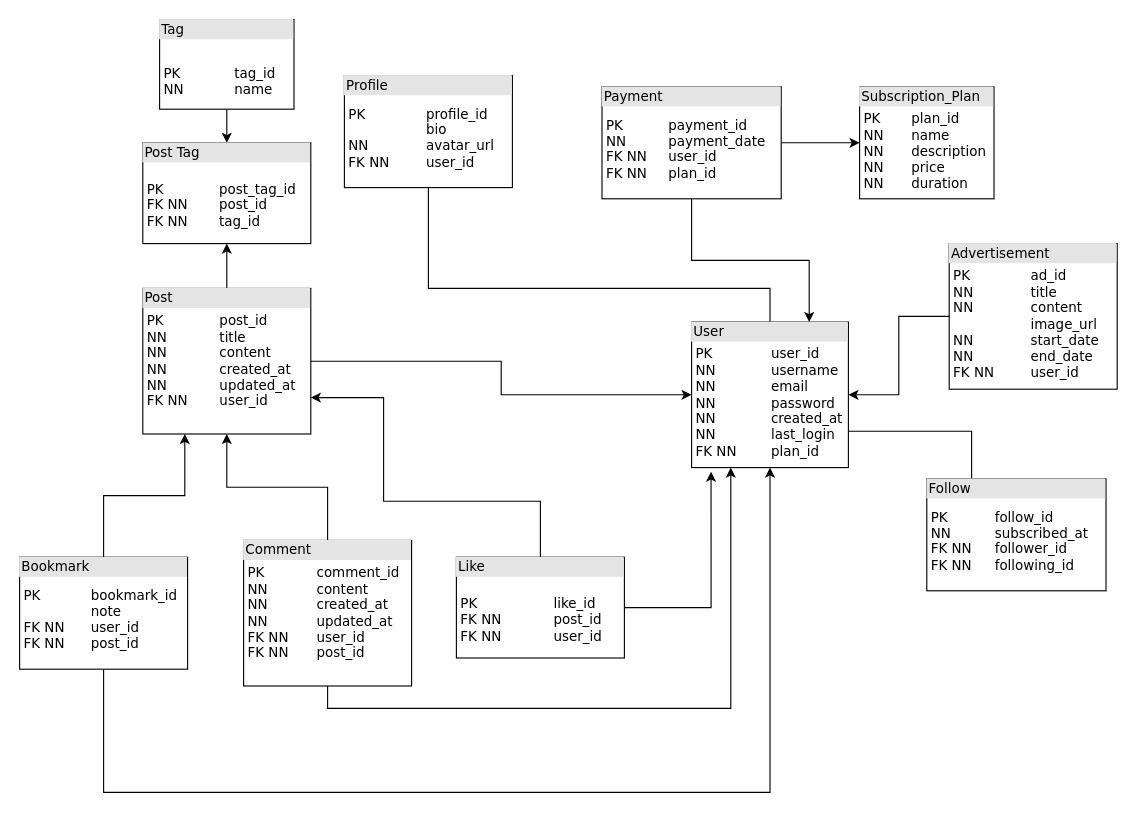
Above: db.drawio in cutehedgehog/DB_labs (draw.io), before the change. Source tidied: cells renumbered, new cells numbered last; positions are measured from the earlier drawing's top-left corner, leaving out a move shared by most shapes. Both pictures are drawn from the tidied source at 112%, with x=0, y=0 at pixel (19, 19).
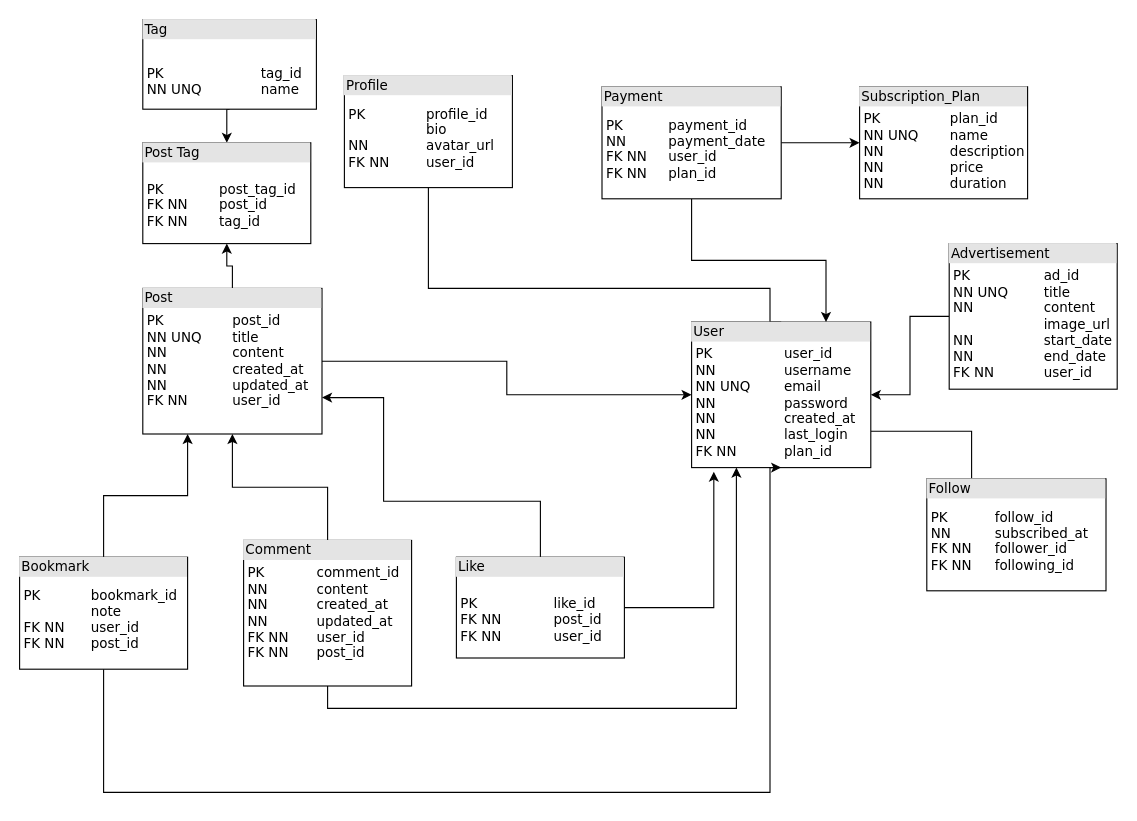
The same diagram, later.

The edit, as a diff of the source:
```diff
@@
-    <mxCell id="4" value="&lt;div style=&quot;box-sizing:border-box;width:100%;background:#e4e4e4;padding:2px;&quot;&gt;User&lt;/div&gt;&lt;table style=&quot;width:100%;font-size:1em;&quot; cellpadding=&quot;2&quot; cellspacing=&quot;0&quot;&gt;&lt;tbody&gt;&lt;tr&gt;&lt;td&gt;&lt;table style=&quot;border-color: var(--border-color); font-size: 1em; width: 180px;&quot; cellpadding=&quot;2&quot; cellspacing=&quot;0&quot;&gt;&lt;tbody style=&quot;border-color: var(--border-color);&quot;&gt;&lt;tr style=&quot;border-color: var(--border-color);&quot;&gt;&lt;td style=&quot;border-color: var(--border-color);&quot;&gt;PK&lt;br&gt;NN&lt;br&gt;NN&lt;br style=&quot;border-color: var(--border-color);&quot;&gt;NN&lt;br style=&quot;border-color: var(--border-color);&quot;&gt;NN&lt;br style=&quot;border-color: var(--border-color);&quot;&gt;NN&lt;br style=&quot;border-color: var(--border-color);&quot;&gt;FK NN&lt;/td&gt;&lt;td style=&quot;border-color: var(--border-color);&quot;&gt;user_id&lt;br&gt;username&lt;br&gt;email&lt;br style=&quot;border-color: var(--border-color);&quot;&gt;password&lt;br style=&quot;border-color: var(--border-color);&quot;&gt;created_at&lt;br style=&quot;border-color: var(--border-color);&quot;&gt;last_login&lt;br style=&quot;border-color: var(--border-color);&quot;&gt;plan_id&lt;/td&gt;&lt;/tr&gt;&lt;/tbody&gt;&lt;/table&gt;&lt;/td&gt;&lt;td&gt;&lt;br&gt;&lt;br&gt;&lt;br&gt;&lt;br&gt;&lt;br&gt;&lt;/td&gt;&lt;/tr&gt;&lt;tr&gt;&lt;td&gt;&lt;/td&gt;&lt;td&gt;&lt;br&gt;&lt;/td&gt;&lt;/tr&gt;&lt;tr&gt;&lt;td&gt;&lt;br&gt;&lt;/td&gt;&lt;td&gt;&lt;br&gt;&lt;/td&gt;&lt;/tr&gt;&lt;/tbody&gt;&lt;/table&gt;" style="verticalAlign=top;align=left;overflow=fill;html=1;rounded=0;shadow=0;comic=0;labelBackgroundColor=none;strokeWidth=1;fontFamily=Verdana;fontSize=12;" parent="1" vertex="1">
-      <mxGeometry x="600" y="270" width="140" height="130" as="geometry" />
+    <mxCell id="4" value="&lt;div style=&quot;box-sizing:border-box;width:100%;background:#e4e4e4;padding:2px;&quot;&gt;User&lt;/div&gt;&lt;table style=&quot;width:100%;font-size:1em;&quot; cellpadding=&quot;2&quot; cellspacing=&quot;0&quot;&gt;&lt;tbody&gt;&lt;tr&gt;&lt;td&gt;&lt;table style=&quot;border-color: var(--border-color); font-size: 1em; width: 180px;&quot; cellpadding=&quot;2&quot; cellspacing=&quot;0&quot;&gt;&lt;tbody style=&quot;border-color: var(--border-color);&quot;&gt;&lt;tr style=&quot;border-color: var(--border-color);&quot;&gt;&lt;td style=&quot;border-color: var(--border-color);&quot;&gt;PK&lt;br&gt;NN&lt;br&gt;NN UNQ&lt;br style=&quot;border-color: var(--border-color);&quot;&gt;NN&lt;br style=&quot;border-color: var(--border-color);&quot;&gt;NN&lt;br style=&quot;border-color: var(--border-color);&quot;&gt;NN&lt;br style=&quot;border-color: var(--border-color);&quot;&gt;FK NN&lt;/td&gt;&lt;td style=&quot;border-color: var(--border-color);&quot;&gt;user_id&lt;br&gt;username&lt;br&gt;email&lt;br style=&quot;border-color: var(--border-color);&quot;&gt;password&lt;br style=&quot;border-color: var(--border-color);&quot;&gt;created_at&lt;br style=&quot;border-color: var(--border-color);&quot;&gt;last_login&lt;br style=&quot;border-color: var(--border-color);&quot;&gt;plan_id&lt;/td&gt;&lt;/tr&gt;&lt;/tbody&gt;&lt;/table&gt;&lt;/td&gt;&lt;td&gt;&lt;br&gt;&lt;br&gt;&lt;br&gt;&lt;br&gt;&lt;br&gt;&lt;/td&gt;&lt;/tr&gt;&lt;tr&gt;&lt;td&gt;&lt;/td&gt;&lt;td&gt;&lt;br&gt;&lt;/td&gt;&lt;/tr&gt;&lt;tr&gt;&lt;td&gt;&lt;br&gt;&lt;/td&gt;&lt;td&gt;&lt;br&gt;&lt;/td&gt;&lt;/tr&gt;&lt;/tbody&gt;&lt;/table&gt;" style="verticalAlign=top;align=left;overflow=fill;html=1;rounded=0;shadow=0;comic=0;labelBackgroundColor=none;strokeWidth=1;fontFamily=Verdana;fontSize=12;" parent="1" vertex="1">
+      <mxGeometry x="600" y="270" width="160" height="130" as="geometry" />
     </mxCell>
@@
-    <mxCell id="7" value="&lt;div style=&quot;box-sizing:border-box;width:100%;background:#e4e4e4;padding:2px;&quot;&gt;Post&lt;/div&gt;&lt;table style=&quot;width:100%;font-size:1em;&quot; cellpadding=&quot;2&quot; cellspacing=&quot;0&quot;&gt;&lt;tbody&gt;&lt;tr&gt;&lt;td&gt;&lt;table style=&quot;border-color: var(--border-color); font-size: 1em; width: 180px;&quot; cellpadding=&quot;2&quot; cellspacing=&quot;0&quot;&gt;&lt;tbody style=&quot;border-color: var(--border-color);&quot;&gt;&lt;tr style=&quot;border-color: var(--border-color);&quot;&gt;&lt;td style=&quot;border-color: var(--border-color);&quot;&gt;PK&lt;br&gt;NN&lt;br&gt;NN&lt;br style=&quot;border-color: var(--border-color);&quot;&gt;NN&lt;br style=&quot;border-color: var(--border-color);&quot;&gt;NN&lt;br style=&quot;border-color: var(--border-color);&quot;&gt;FK NN&lt;br&gt;&lt;/td&gt;&lt;td style=&quot;border-color: var(--border-color);&quot;&gt;post_id&lt;br&gt;title&lt;br&gt;content&lt;br style=&quot;border-color: var(--border-color);&quot;&gt;created_at&lt;br style=&quot;border-color: var(--border-color);&quot;&gt;updated_at&lt;br style=&quot;border-color: var(--border-color);&quot;&gt;user_id&lt;br&gt;&lt;/td&gt;&lt;/tr&gt;&lt;/tbody&gt;&lt;/table&gt;&lt;/td&gt;&lt;td&gt;&lt;br&gt;&lt;br&gt;&lt;br&gt;&lt;br&gt;&lt;br&gt;&lt;/td&gt;&lt;/tr&gt;&lt;tr&gt;&lt;td&gt;&lt;/td&gt;&lt;td&gt;&lt;br&gt;&lt;/td&gt;&lt;/tr&gt;&lt;tr&gt;&lt;td&gt;&lt;br&gt;&lt;/td&gt;&lt;td&gt;&lt;br&gt;&lt;/td&gt;&lt;/tr&gt;&lt;/tbody&gt;&lt;/table&gt;" style="verticalAlign=top;align=left;overflow=fill;html=1;rounded=0;shadow=0;comic=0;labelBackgroundColor=none;strokeWidth=1;fontFamily=Verdana;fontSize=12;" parent="1" vertex="1">
-      <mxGeometry x="110" y="240" width="150" height="130" as="geometry" />
+    <mxCell id="7" value="&lt;div style=&quot;box-sizing:border-box;width:100%;background:#e4e4e4;padding:2px;&quot;&gt;Post&lt;/div&gt;&lt;table style=&quot;width:100%;font-size:1em;&quot; cellpadding=&quot;2&quot; cellspacing=&quot;0&quot;&gt;&lt;tbody&gt;&lt;tr&gt;&lt;td&gt;&lt;table style=&quot;border-color: var(--border-color); font-size: 1em; width: 180px;&quot; cellpadding=&quot;2&quot; cellspacing=&quot;0&quot;&gt;&lt;tbody style=&quot;border-color: var(--border-color);&quot;&gt;&lt;tr style=&quot;border-color: var(--border-color);&quot;&gt;&lt;td style=&quot;border-color: var(--border-color);&quot;&gt;PK&lt;br&gt;NN UNQ&lt;br&gt;NN&lt;br style=&quot;border-color: var(--border-color);&quot;&gt;NN&lt;br style=&quot;border-color: var(--border-color);&quot;&gt;NN&lt;br style=&quot;border-color: var(--border-color);&quot;&gt;FK NN&lt;br&gt;&lt;/td&gt;&lt;td style=&quot;border-color: var(--border-color);&quot;&gt;post_id&lt;br&gt;title&lt;br&gt;content&lt;br style=&quot;border-color: var(--border-color);&quot;&gt;created_at&lt;br style=&quot;border-color: var(--border-color);&quot;&gt;updated_at&lt;br style=&quot;border-color: var(--border-color);&quot;&gt;user_id&lt;br&gt;&lt;/td&gt;&lt;/tr&gt;&lt;/tbody&gt;&lt;/table&gt;&lt;/td&gt;&lt;td&gt;&lt;br&gt;&lt;br&gt;&lt;br&gt;&lt;br&gt;&lt;br&gt;&lt;/td&gt;&lt;/tr&gt;&lt;tr&gt;&lt;td&gt;&lt;/td&gt;&lt;td&gt;&lt;br&gt;&lt;/td&gt;&lt;/tr&gt;&lt;tr&gt;&lt;td&gt;&lt;br&gt;&lt;/td&gt;&lt;td&gt;&lt;br&gt;&lt;/td&gt;&lt;/tr&gt;&lt;/tbody&gt;&lt;/table&gt;" style="verticalAlign=top;align=left;overflow=fill;html=1;rounded=0;shadow=0;comic=0;labelBackgroundColor=none;strokeWidth=1;fontFamily=Verdana;fontSize=12;" parent="1" vertex="1">
+      <mxGeometry x="110" y="240" width="160" height="130" as="geometry" />
     </mxCell>
@@
-    <mxCell id="13" value="&lt;div style=&quot;box-sizing:border-box;width:100%;background:#e4e4e4;padding:2px;&quot;&gt;Tag&lt;/div&gt;&lt;table style=&quot;width:100%;font-size:1em;&quot; cellpadding=&quot;2&quot; cellspacing=&quot;0&quot;&gt;&lt;tbody&gt;&lt;tr&gt;&lt;td&gt;&lt;table style=&quot;border-color: var(--border-color); font-size: 1em; width: 180px;&quot; cellpadding=&quot;2&quot; cellspacing=&quot;0&quot;&gt;&lt;tbody style=&quot;border-color: var(--border-color);&quot;&gt;&lt;tr style=&quot;border-color: var(--border-color);&quot;&gt;&lt;td style=&quot;border-color: var(--border-color);&quot;&gt;PK&lt;br&gt;NN&lt;br&gt;&lt;/td&gt;&lt;td style=&quot;border-color: var(--border-color);&quot;&gt;&lt;br&gt;tag_id&lt;br&gt;name&lt;br style=&quot;border-color: var(--border-color);&quot;&gt;&lt;br&gt;&lt;/td&gt;&lt;/tr&gt;&lt;/tbody&gt;&lt;/table&gt;&lt;/td&gt;&lt;td&gt;&lt;br&gt;&lt;br&gt;&lt;br&gt;&lt;br&gt;&lt;br&gt;&lt;/td&gt;&lt;/tr&gt;&lt;tr&gt;&lt;td&gt;&lt;/td&gt;&lt;td&gt;&lt;br&gt;&lt;/td&gt;&lt;/tr&gt;&lt;tr&gt;&lt;td&gt;&lt;br&gt;&lt;/td&gt;&lt;td&gt;&lt;br&gt;&lt;/td&gt;&lt;/tr&gt;&lt;/tbody&gt;&lt;/table&gt;" style="verticalAlign=top;align=left;overflow=fill;html=1;rounded=0;shadow=0;comic=0;labelBackgroundColor=none;strokeWidth=1;fontFamily=Verdana;fontSize=12;" parent="1" vertex="1">
-      <mxGeometry x="125" width="120" height="80" as="geometry" />
+    <mxCell id="13" value="&lt;div style=&quot;box-sizing:border-box;width:100%;background:#e4e4e4;padding:2px;&quot;&gt;Tag&lt;/div&gt;&lt;table style=&quot;width:100%;font-size:1em;&quot; cellpadding=&quot;2&quot; cellspacing=&quot;0&quot;&gt;&lt;tbody&gt;&lt;tr&gt;&lt;td&gt;&lt;table style=&quot;border-color: var(--border-color); font-size: 1em; width: 180px;&quot; cellpadding=&quot;2&quot; cellspacing=&quot;0&quot;&gt;&lt;tbody style=&quot;border-color: var(--border-color);&quot;&gt;&lt;tr style=&quot;border-color: var(--border-color);&quot;&gt;&lt;td style=&quot;border-color: var(--border-color);&quot;&gt;PK&lt;br&gt;NN UNQ&lt;br&gt;&lt;/td&gt;&lt;td style=&quot;border-color: var(--border-color);&quot;&gt;&lt;br&gt;tag_id&lt;br&gt;name&lt;br style=&quot;border-color: var(--border-color);&quot;&gt;&lt;br&gt;&lt;/td&gt;&lt;/tr&gt;&lt;/tbody&gt;&lt;/table&gt;&lt;/td&gt;&lt;td&gt;&lt;br&gt;&lt;br&gt;&lt;br&gt;&lt;br&gt;&lt;br&gt;&lt;/td&gt;&lt;/tr&gt;&lt;tr&gt;&lt;td&gt;&lt;/td&gt;&lt;td&gt;&lt;br&gt;&lt;/td&gt;&lt;/tr&gt;&lt;tr&gt;&lt;td&gt;&lt;br&gt;&lt;/td&gt;&lt;td&gt;&lt;br&gt;&lt;/td&gt;&lt;/tr&gt;&lt;/tbody&gt;&lt;/table&gt;" style="verticalAlign=top;align=left;overflow=fill;html=1;rounded=0;shadow=0;comic=0;labelBackgroundColor=none;strokeWidth=1;fontFamily=Verdana;fontSize=12;" parent="1" vertex="1">
+      <mxGeometry x="110" width="155" height="80" as="geometry" />
     </mxCell>
@@
-    <mxCell id="23" value="&lt;div style=&quot;box-sizing:border-box;width:100%;background:#e4e4e4;padding:2px;&quot;&gt;Advertisement&lt;/div&gt;&lt;table style=&quot;width:100%;font-size:1em;&quot; cellpadding=&quot;2&quot; cellspacing=&quot;0&quot;&gt;&lt;tbody&gt;&lt;tr&gt;&lt;td&gt;&lt;table style=&quot;border-color: var(--border-color); font-size: 1em; width: 180px;&quot; cellpadding=&quot;2&quot; cellspacing=&quot;0&quot;&gt;&lt;tbody style=&quot;border-color: var(--border-color);&quot;&gt;&lt;tr style=&quot;border-color: var(--border-color);&quot;&gt;&lt;td style=&quot;border-color: var(--border-color);&quot;&gt;PK&lt;br&gt;NN&lt;br&gt;NN&lt;br style=&quot;border-color: var(--border-color);&quot;&gt;&lt;br style=&quot;border-color: var(--border-color);&quot;&gt;NN&lt;br style=&quot;border-color: var(--border-color);&quot;&gt;NN&lt;br&gt;FK NN&lt;/td&gt;&lt;td style=&quot;border-color: var(--border-color);&quot;&gt;ad_id&lt;br&gt;title&lt;br&gt;content&lt;br style=&quot;border-color: var(--border-color);&quot;&gt;image_url&lt;br style=&quot;border-color: var(--border-color);&quot;&gt;start_date&lt;br style=&quot;border-color: var(--border-color);&quot;&gt;end_date&lt;br&gt;user_id&lt;/td&gt;&lt;/tr&gt;&lt;/tbody&gt;&lt;/table&gt;&lt;/td&gt;&lt;td&gt;&lt;br&gt;&lt;br&gt;&lt;br&gt;&lt;br&gt;&lt;br&gt;&lt;/td&gt;&lt;/tr&gt;&lt;tr&gt;&lt;td&gt;&lt;/td&gt;&lt;td&gt;&lt;br&gt;&lt;/td&gt;&lt;/tr&gt;&lt;tr&gt;&lt;td&gt;&lt;br&gt;&lt;/td&gt;&lt;td&gt;&lt;br&gt;&lt;/td&gt;&lt;/tr&gt;&lt;/tbody&gt;&lt;/table&gt;" style="verticalAlign=top;align=left;overflow=fill;html=1;rounded=0;shadow=0;comic=0;labelBackgroundColor=none;strokeWidth=1;fontFamily=Verdana;fontSize=12;" parent="1" vertex="1">
+    <mxCell id="23" value="&lt;div style=&quot;box-sizing:border-box;width:100%;background:#e4e4e4;padding:2px;&quot;&gt;Advertisement&lt;/div&gt;&lt;table style=&quot;width:100%;font-size:1em;&quot; cellpadding=&quot;2&quot; cellspacing=&quot;0&quot;&gt;&lt;tbody&gt;&lt;tr&gt;&lt;td&gt;&lt;table style=&quot;border-color: var(--border-color); font-size: 1em; width: 180px;&quot; cellpadding=&quot;2&quot; cellspacing=&quot;0&quot;&gt;&lt;tbody style=&quot;border-color: var(--border-color);&quot;&gt;&lt;tr style=&quot;border-color: var(--border-color);&quot;&gt;&lt;td style=&quot;border-color: var(--border-color);&quot;&gt;PK&lt;br&gt;NN UNQ&lt;br&gt;NN&lt;br style=&quot;border-color: var(--border-color);&quot;&gt;&lt;br style=&quot;border-color: var(--border-color);&quot;&gt;NN&lt;br style=&quot;border-color: var(--border-color);&quot;&gt;NN&lt;br&gt;FK NN&lt;/td&gt;&lt;td style=&quot;border-color: var(--border-color);&quot;&gt;ad_id&lt;br&gt;title&lt;br&gt;content&lt;br style=&quot;border-color: var(--border-color);&quot;&gt;image_url&lt;br style=&quot;border-color: var(--border-color);&quot;&gt;start_date&lt;br style=&quot;border-color: var(--border-color);&quot;&gt;end_date&lt;br&gt;user_id&lt;/td&gt;&lt;/tr&gt;&lt;/tbody&gt;&lt;/table&gt;&lt;/td&gt;&lt;td&gt;&lt;br&gt;&lt;br&gt;&lt;br&gt;&lt;br&gt;&lt;br&gt;&lt;/td&gt;&lt;/tr&gt;&lt;tr&gt;&lt;td&gt;&lt;/td&gt;&lt;td&gt;&lt;br&gt;&lt;/td&gt;&lt;/tr&gt;&lt;tr&gt;&lt;td&gt;&lt;br&gt;&lt;/td&gt;&lt;td&gt;&lt;br&gt;&lt;/td&gt;&lt;/tr&gt;&lt;/tbody&gt;&lt;/table&gt;" style="verticalAlign=top;align=left;overflow=fill;html=1;rounded=0;shadow=0;comic=0;labelBackgroundColor=none;strokeWidth=1;fontFamily=Verdana;fontSize=12;" parent="1" vertex="1">
       <mxGeometry x="830" y="200" width="150" height="130" as="geometry" />
     </mxCell>
-    <mxCell id="24" value="&lt;div style=&quot;box-sizing:border-box;width:100%;background:#e4e4e4;padding:2px;&quot;&gt;Subscription_Plan&lt;/div&gt;&lt;table style=&quot;width:100%;font-size:1em;&quot; cellpadding=&quot;2&quot; cellspacing=&quot;0&quot;&gt;&lt;tbody&gt;&lt;tr&gt;&lt;td&gt;&lt;table style=&quot;border-color: var(--border-color); font-size: 1em; width: 180px;&quot; cellpadding=&quot;2&quot; cellspacing=&quot;0&quot;&gt;&lt;tbody style=&quot;border-color: var(--border-color);&quot;&gt;&lt;tr style=&quot;border-color: var(--border-color);&quot;&gt;&lt;td style=&quot;border-color: var(--border-color);&quot;&gt;PK&lt;br&gt;NN&lt;br&gt;NN&lt;br style=&quot;border-color: var(--border-color);&quot;&gt;NN&lt;br style=&quot;border-color: var(--border-color);&quot;&gt;NN&lt;br&gt;&lt;/td&gt;&lt;td style=&quot;border-color: var(--border-color);&quot;&gt;plan_id&lt;br&gt;name&lt;br&gt;description&lt;br style=&quot;border-color: var(--border-color);&quot;&gt;price&lt;br style=&quot;border-color: var(--border-color);&quot;&gt;duration&lt;br&gt;&lt;/td&gt;&lt;/tr&gt;&lt;/tbody&gt;&lt;/table&gt;&lt;/td&gt;&lt;td&gt;&lt;br&gt;&lt;br&gt;&lt;br&gt;&lt;br&gt;&lt;br&gt;&lt;/td&gt;&lt;/tr&gt;&lt;tr&gt;&lt;td&gt;&lt;/td&gt;&lt;td&gt;&lt;br&gt;&lt;/td&gt;&lt;/tr&gt;&lt;tr&gt;&lt;td&gt;&lt;br&gt;&lt;/td&gt;&lt;td&gt;&lt;br&gt;&lt;/td&gt;&lt;/tr&gt;&lt;/tbody&gt;&lt;/table&gt;" style="verticalAlign=top;align=left;overflow=fill;html=1;rounded=0;shadow=0;comic=0;labelBackgroundColor=none;strokeWidth=1;fontFamily=Verdana;fontSize=12;" parent="1" vertex="1">
-      <mxGeometry x="750" y="60" width="120" height="100" as="geometry" />
+    <mxCell id="24" value="&lt;div style=&quot;box-sizing:border-box;width:100%;background:#e4e4e4;padding:2px;&quot;&gt;Subscription_Plan&lt;/div&gt;&lt;table style=&quot;width:100%;font-size:1em;&quot; cellpadding=&quot;2&quot; cellspacing=&quot;0&quot;&gt;&lt;tbody&gt;&lt;tr&gt;&lt;td&gt;&lt;table style=&quot;border-color: var(--border-color); font-size: 1em; width: 180px;&quot; cellpadding=&quot;2&quot; cellspacing=&quot;0&quot;&gt;&lt;tbody style=&quot;border-color: var(--border-color);&quot;&gt;&lt;tr style=&quot;border-color: var(--border-color);&quot;&gt;&lt;td style=&quot;border-color: var(--border-color);&quot;&gt;PK&lt;br&gt;NN UNQ&lt;br&gt;NN&lt;br style=&quot;border-color: var(--border-color);&quot;&gt;NN&lt;br style=&quot;border-color: var(--border-color);&quot;&gt;NN&lt;br&gt;&lt;/td&gt;&lt;td style=&quot;border-color: var(--border-color);&quot;&gt;plan_id&lt;br&gt;name&lt;br&gt;description&lt;br style=&quot;border-color: var(--border-color);&quot;&gt;price&lt;br style=&quot;border-color: var(--border-color);&quot;&gt;duration&lt;br&gt;&lt;/td&gt;&lt;/tr&gt;&lt;/tbody&gt;&lt;/table&gt;&lt;/td&gt;&lt;td&gt;&lt;br&gt;&lt;br&gt;&lt;br&gt;&lt;br&gt;&lt;br&gt;&lt;/td&gt;&lt;/tr&gt;&lt;tr&gt;&lt;td&gt;&lt;/td&gt;&lt;td&gt;&lt;br&gt;&lt;/td&gt;&lt;/tr&gt;&lt;tr&gt;&lt;td&gt;&lt;br&gt;&lt;/td&gt;&lt;td&gt;&lt;br&gt;&lt;/td&gt;&lt;/tr&gt;&lt;/tbody&gt;&lt;/table&gt;" style="verticalAlign=top;align=left;overflow=fill;html=1;rounded=0;shadow=0;comic=0;labelBackgroundColor=none;strokeWidth=1;fontFamily=Verdana;fontSize=12;" parent="1" vertex="1">
+      <mxGeometry x="750" y="60" width="150" height="100" as="geometry" />
     </mxCell>
```
